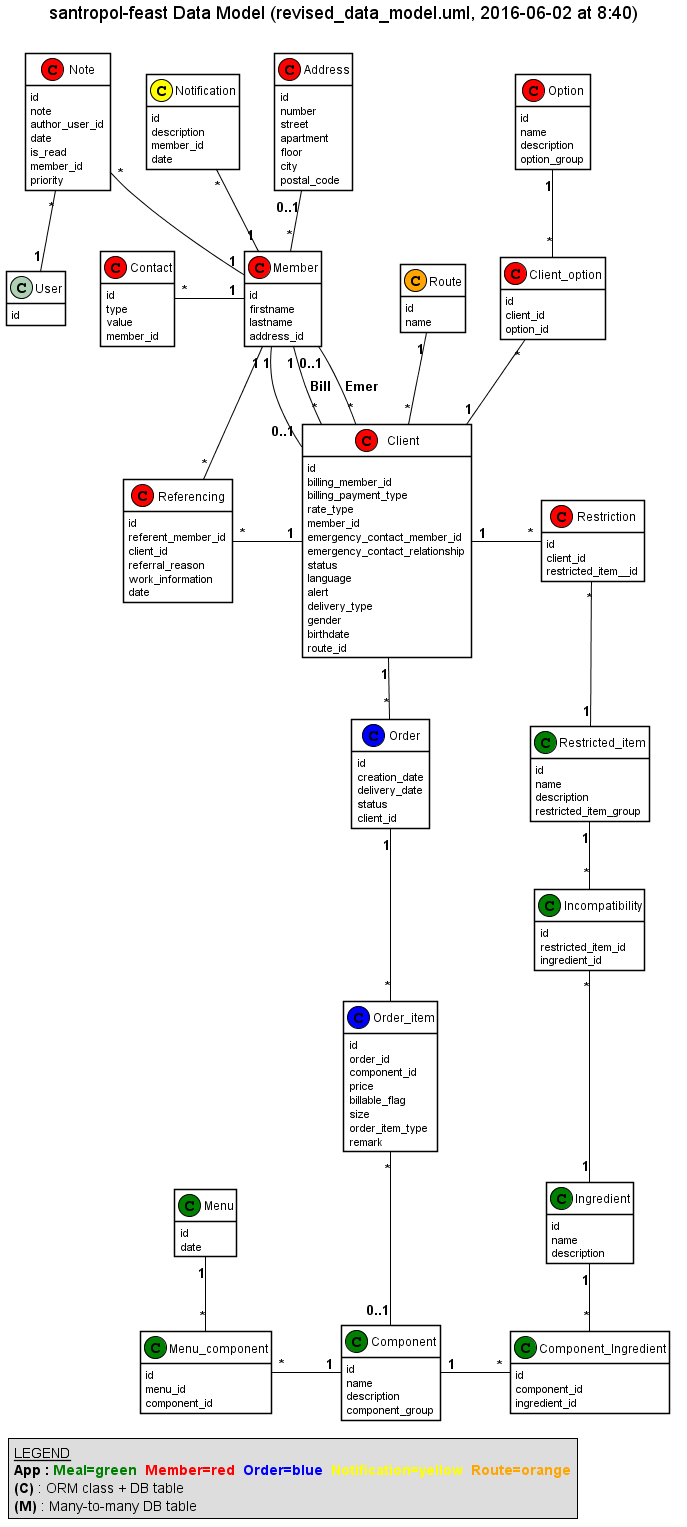
The PlantUML diagram docs/data_model/revised_data_model.png in savoirfairelinux/sous-chef, before a commit. Its diagram source:
```plantuml
@startuml
scale 1.0
title santropol-feast Data Model (revised_data_model.uml, 2016-06-02 at 8:40)\n
hide methods
skinparam shadowing false
skinparam classArrowColor Black
skinparam classBorderColor Black
skinparam classBackgroundColor White
skinparam classArrowFontStyle bold


legend left
  <u>LEGEND</u>
  <b>App :<color:green> Meal=green</color> <color:red> Member=red</color> <color:blue> Order=blue</color> <color:yellow> Notification=yellow</color> <color:orange> Route=orange</color></b>
  <b>(C)</b> : ORM class + DB table
  <b>(M)</b> : Many-to-many DB table
endlegend

Incompatibility "*" -d- "1" Ingredient
Incompatibility "*" -u- "1" Restricted_item
Client "0..1" -u- "1" Member
Client "*" -u- "1" Member : Bill
Client "*" -u- "0..1" Member : Emer
Client "*" -u- "1" Route
Client_option "*" -d- "1" Client
Client_option "*" -u- "1" Option
Component_Ingredient "*" -u- "1" Ingredient
Component_Ingredient "*" -l- "1" Component
Contact "*" -r- "1" Member
Member "*" -u- "0..1" Address
Menu_component "*" -r- "1" Component
Menu_component "*" -u- "1" Menu
Note "*" -d- "1" Member
Note "*" -d- "1" User
Notification "*" -d- "1" Member
Order "*" -u- "1" Client
Order_item "*" -d- "0..1" Component
Order_item "*" -u- "1" Order
Referencing "*" -r- "1" Client
Referencing "*" -u- "1" Member
Restriction "*" -l- "1" Client
Restriction "*" -d- "1" Restricted_item


class Address << (C,red) >> {
    id
    number
    street
    apartment
    floor
    city
    postal_code
}

class Client << (C,red) >> {
    id
    billing_member_id
    billing_payment_type
    rate_type
    member_id
    emergency_contact_member_id
    emergency_contact_relationship
    status
    language
    alert
    delivery_type
    gender
    birthdate
    route_id
}

class Client_option << (C,red) >> {
    id
    client_id
    option_id
}

class Component << (C,green) >> {
    id
    name
    description
    component_group
}

class Component_Ingredient << (C,green) >> {
    id
    component_id
    ingredient_id
}

class Contact << (C,red) >> {
    id
    type
    value
    member_id
}

class Incompatibility << (C,green) >> {
    id
    restricted_item_id
    ingredient_id
}

class Ingredient << (C,green) >>  {
    id
    name
    description
}

class Member << (C,red) >> {
    id
    firstname
    lastname
    address_id
}

class Menu << (C,green) >> {
    id
    date
}

class Menu_component << (C,green) >> {
    id
    menu_id
    component_id
}

class Note << (C,red) >> {
    id
    note
    author_user_id
    date
    is_read
    member_id
    priority
}

class Notification << (C,yellow) >> {
    id
    description
    member_id
    date
}

class Option << (C,red) >> {
    id
    name
    description
    option_group
}

class Order << (C,blue) >> {
    id
    creation_date
    delivery_date
    status
    client_id
}

class Order_item << (C,blue) >> {
    id
    order_id
    component_id
    price
    billable_flag
    size
    order_item_type
    remark
}

class Referencing << (C,red) >> {
    id
    referent_member_id
    client_id
    referral_reason
    work_information
    date
}

class Restricted_item << (C,green) >> {
    id
    name
    description
    restricted_item_group
}

class Restriction << (C,red) >> {
    id
    client_id
    restricted_item__id
}

class Route << (C,orange) >> {
    id
    name
}

class User {
    id
}

@enduml
```
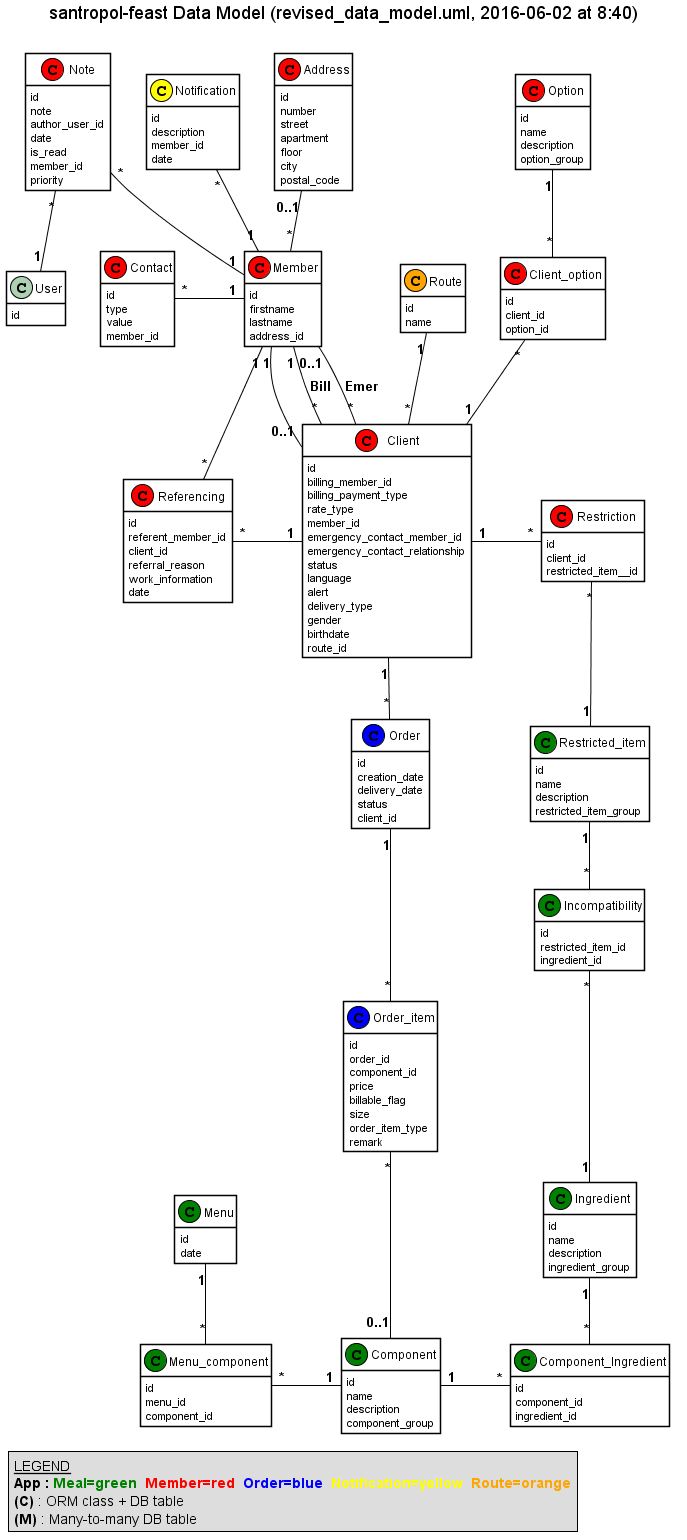
Above is the later version.

What changed in the source:
```diff
@@ -105,6 +105,7 @@
     id
     name
     description
+    ingredient_group
 }
 
 class Member << (C,red) >> {
```
